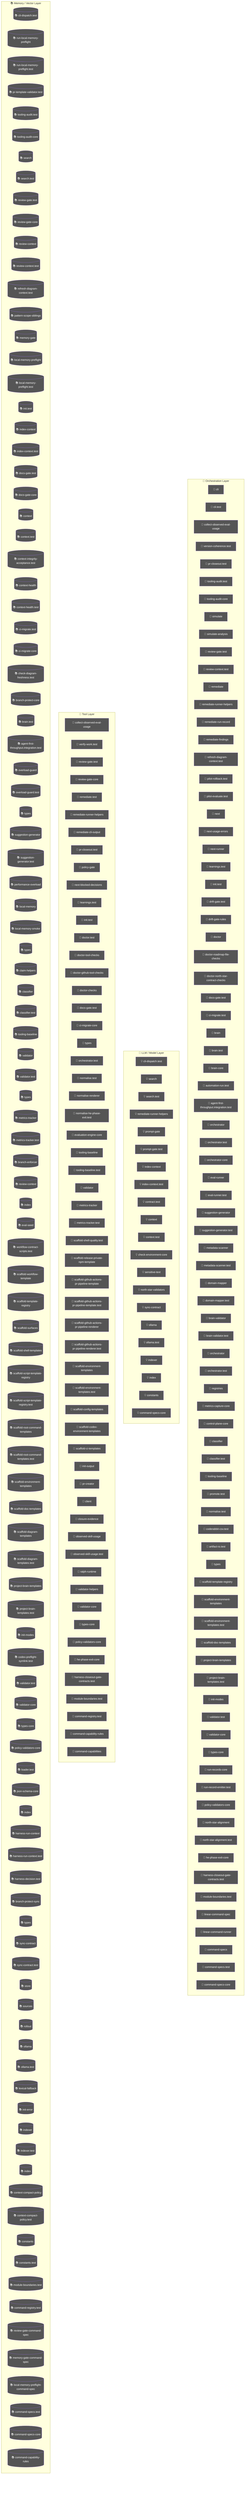
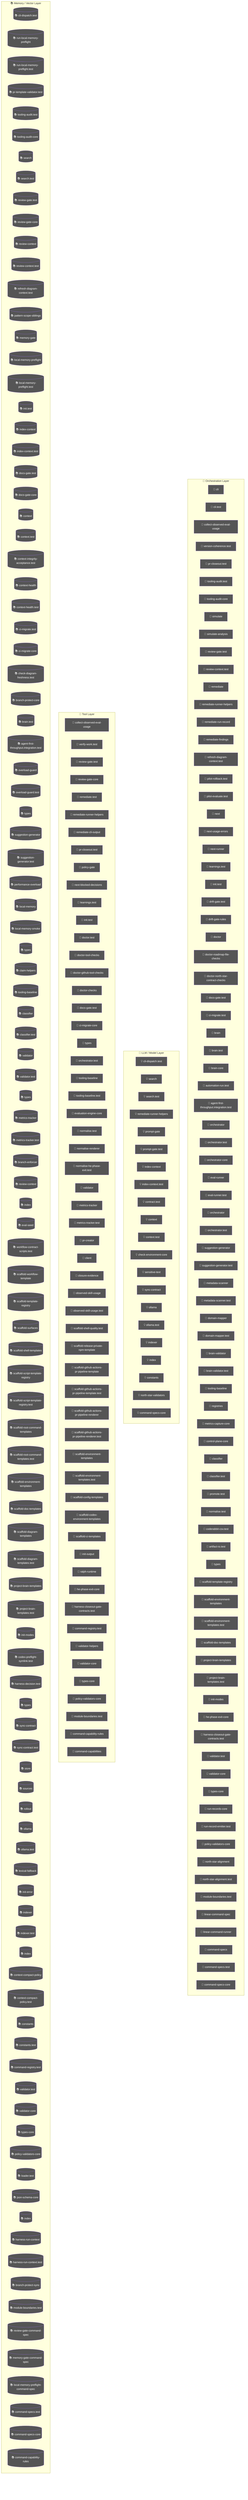
flowchart TD
  subgraph Orchestration["🎯 Orchestration Layer"]
    cli_99bb8840["🤖 cli"]
    cli_test_4851f28b["🤖 cli.test"]
    node_agent_mmd_orchestration_layer_orchestration_coll_37781291["🤖 collect-observed-eval-usage"]
    version_coherence_test_b81c6d8e["🤖 version-coherence.test"]
    pr_closeout_test_12a1ffdd["🤖 pr-closeout.test"]
    node_agent_mmd_orchestration_layer_orchestration_tool_5f9f8adf["🤖 tooling-audit.test"]
    node_agent_mmd_orchestration_layer_orchestration_tool_acfe0c01["🤖 tooling-audit-core"]
    simulate_b9efe395["🤖 simulate"]
    simulate_analysis_164a460c["🤖 simulate-analysis"]
    node_agent_mmd_orchestration_layer_orchestration_revi_ae9f100c["🤖 review-gate.test"]
    node_agent_mmd_orchestration_layer_orchestration_revi_84f25e5b["🤖 review-context.test"]
    remediate_06b9c7fc["🤖 remediate"]
    node_agent_mmd_orchestration_layer_orchestration_reme_359fe98f["🤖 remediate-runner-helpers"]
    remediate_run_record_9dfe5dc1["🤖 remediate-run-record"]
    remediate_findings_8b09c8c6["🤖 remediate-findings"]
    node_agent_mmd_orchestration_layer_orchestration_refr_10a87984["🤖 refresh-diagram-context.test"]
    pilot_rollback_test_e61d5a2b["🤖 pilot-rollback.test"]
    pilot_evaluate_test_a2ac06fc["🤖 pilot-evaluate.test"]
    next_c6c1c9a9["🤖 next"]
    next_usage_errors_837a345a["🤖 next-usage-errors"]
    next_runner_41643472["🤖 next-runner"]
    node_agent_mmd_orchestration_layer_orchestration_lear_5a2a5b08["🤖 learnings.test"]
    node_agent_mmd_orchestration_layer_orchestration_init_daf6ae1b["🤖 init.test"]
    drift_gate_test_816765e3["🤖 drift-gate.test"]
    drift_gate_rules_9685e72d["🤖 drift-gate-rules"]
    doctor_72f4be89["🤖 doctor"]
    doctor_roadmap_file_checks_14447b8e["🤖 doctor-roadmap-file-checks"]
    doctor_north_star_contract_checks_0048124c["🤖 doctor-north-star-contract-checks"]
    node_agent_mmd_orchestration_layer_orchestration_docs_22c7ae60["🤖 docs-gate.test"]
    node_agent_mmd_orchestration_layer_orchestration_ci_m_a6704d8b["🤖 ci-migrate.test"]
    brain_bbbf7a64["🤖 brain"]
    node_agent_mmd_orchestration_layer_orchestration_brai_9c019b6e["🤖 brain.test"]
    brain_core_aa07c380["🤖 brain-core"]
    automation_run_test_7b21d905["🤖 automation-run.test"]
    node_agent_mmd_orchestration_layer_orchestration_agen_eb715f44["🤖 agent-first-throughput.integration.test"]
    orchestrator_11376b7e["🤖 orchestrator"]
    orchestrator_test_18d2fe26["🤖 orchestrator.test"]
    orchestrator_core_d0678b53["🤖 orchestrator-core"]
    eval_runner_0966a6b3["🤖 eval-runner"]
    eval_runner_test_962c8c18["🤖 eval-runner.test"]
+     orchestrator_1_6b7137c5["🤖 orchestrator"]
+     node_agent_mmd_orchestration_layer_orchestration_orch_af4e7416["🤖 orchestrator.test"]
    node_agent_mmd_orchestration_layer_orchestration_sugg_85c5ebe3["🤖 suggestion-generator"]
    node_agent_mmd_orchestration_layer_orchestration_sugg_d0ad9d8e["🤖 suggestion-generator.test"]
    metadata_scanner_6a101b66["🤖 metadata-scanner"]
    metadata_scanner_test_faee743d["🤖 metadata-scanner.test"]
    domain_mapper_cd9333d2["🤖 domain-mapper"]
    domain_mapper_test_dc5a9896["🤖 domain-mapper.test"]
    brain_validator_be251832["🤖 brain-validator"]
    brain_validator_test_5e40cb72["🤖 brain-validator.test"]
-     orchestrator_1_6b7137c5["🤖 orchestrator"]
-     node_agent_mmd_orchestration_layer_orchestration_orch_af4e7416["🤖 orchestrator.test"]
+     node_agent_mmd_orchestration_layer_orchestration_tool_cc43149f["🤖 tooling-baseline"]
    registries_06402afa["🤖 registries"]
    metrics_capture_core_db4bf7cf["🤖 metrics-capture-core"]
    control_plane_core_db3b4cb2["🤖 control-plane-core"]
    node_agent_mmd_orchestration_layer_orchestration_clas_899b821a["🤖 classifier"]
    node_agent_mmd_orchestration_layer_orchestration_clas_402e0b3f["🤖 classifier.test"]
-     node_agent_mmd_orchestration_layer_orchestration_tool_cc43149f["🤖 tooling-baseline"]
    promote_test_5c615269["🤖 promote.test"]
    normalise_test_1_6643dd83["🤖 normalise.test"]
    coderabbit_csv_test_1f36d0a4["🤖 coderabbit-csv.test"]
    artifact_io_test_aac02da3["🤖 artifact-io.test"]
-     types_14_fe7507be["🤖 types"]
+     types_17_ed30531c["🤖 types"]
    node_agent_mmd_orchestration_layer_orchestration_scaf_ff8f92f6["🤖 scaffold-template-registry"]
    node_agent_mmd_orchestration_layer_orchestration_scaf_c9a90c2f["🤖 scaffold-environment-templates"]
    node_agent_mmd_orchestration_layer_orchestration_scaf_78d57a93["🤖 scaffold-environment-templates.test"]
    node_agent_mmd_orchestration_layer_orchestration_scaf_12cc07db["🤖 scaffold-doc-templates"]
    node_agent_mmd_orchestration_layer_orchestration_proj_6ab6f60f["🤖 project-brain-templates"]
    node_agent_mmd_orchestration_layer_orchestration_proj_d78b2f4f["🤖 project-brain-templates.test"]
    node_agent_mmd_orchestration_layer_orchestration_init_2a9c3ecb["🤖 init-modes"]
+     node_agent_mmd_orchestration_layer_orchestration_he_p_fc778c24["🤖 he-phase-exit-core"]
+     node_agent_mmd_orchestration_layer_orchestration_harn_7761fad1["🤖 harness-closeout-gate-contracts.test"]
    node_agent_mmd_orchestration_layer_orchestration_vali_a3b17e45["🤖 validator.test"]
    node_agent_mmd_orchestration_layer_orchestration_vali_d9fe99e6["🤖 validator-core"]
    node_agent_mmd_orchestration_layer_orchestration_type_7cf81261["🤖 types-core"]
    run_records_core_89286dfa["🤖 run-records-core"]
    run_record_emitter_test_5475c0da["🤖 run-record-emitter.test"]
    node_agent_mmd_orchestration_layer_orchestration_poli_3270b55d["🤖 policy-validators-core"]
    north_star_alignment_00440188["🤖 north-star-alignment"]
    north_star_alignment_test_3ae1d69b["🤖 north-star-alignment.test"]
-     node_agent_mmd_orchestration_layer_orchestration_he_p_fc778c24["🤖 he-phase-exit-core"]
-     node_agent_mmd_orchestration_layer_orchestration_harn_7761fad1["🤖 harness-closeout-gate-contracts.test"]
    node_agent_mmd_orchestration_layer_orchestration_modu_72373e29["🤖 module-boundaries.test"]
    linear_command_spec_1e12dd44["🤖 linear-command-spec"]
    linear_command_runner_4a740dfc["🤖 linear-command-runner"]
    command_specs_69167c63["🤖 command-specs"]
    node_agent_mmd_orchestration_layer_orchestration_comm_a137ef0a["🤖 command-specs.test"]
    node_agent_mmd_orchestration_layer_orchestration_comm_1f8cc24c["🤖 command-specs-core"]
  end
  subgraph LLMLayer["🧠 LLM / Model Layer"]
    node_agent_mmd_llm_model_layer_llmlayer_cli_dispatch__7ecbc6e7["💡 cli-dispatch.test"]
    node_agent_mmd_llm_model_layer_llmlayer_search_search_66b9a911["💡 search"]
    node_agent_mmd_llm_model_layer_llmlayer_search_test_s_72d50705["💡 search.test"]
    node_agent_mmd_llm_model_layer_llmlayer_remediate_run_9e3d4585["💡 remediate-runner-helpers"]
    prompt_gate_c5e9d207["💡 prompt-gate"]
    prompt_gate_test_1a442b27["💡 prompt-gate.test"]
    node_agent_mmd_llm_model_layer_llmlayer_index_context_1041bd11["💡 index-context"]
    node_agent_mmd_llm_model_layer_llmlayer_index_context_7e927b45["💡 index-context.test"]
    contract_test_2262847f["💡 contract.test"]
    node_agent_mmd_llm_model_layer_llmlayer_context_conte_ad2dfbd9["💡 context"]
    node_agent_mmd_llm_model_layer_llmlayer_context_test__32277db3["💡 context.test"]
    check_environment_core_2c16213f["💡 check-environment-core"]
    sensitive_text_7c11f760["💡 sensitive-text"]
-     north_star_validators_cfc926ce["💡 north-star-validators"]
    node_agent_mmd_llm_model_layer_llmlayer_sync_contract_9f3cc8c1["💡 sync-contract"]
    node_agent_mmd_llm_model_layer_llmlayer_ollama_ollama_968b23fa["💡 ollama"]
    node_agent_mmd_llm_model_layer_llmlayer_ollama_test_o_d62a0b5a["💡 ollama.test"]
    node_agent_mmd_llm_model_layer_llmlayer_indexer_index_4f4deef5["💡 indexer"]
    node_agent_mmd_llm_model_layer_llmlayer_index_index_1_02e160ff["💡 index"]
    node_agent_mmd_llm_model_layer_llmlayer_constants_con_c9bd3f6c["💡 constants"]
+     north_star_validators_cfc926ce["💡 north-star-validators"]
    node_agent_mmd_llm_model_layer_llmlayer_command_specs_782af9fa["💡 command-specs-core"]
  end
  subgraph ToolLayer["🔧 Tool Layer"]
    node_agent_mmd_tool_layer_toollayer_collect_observed__f30f627d["🔧 collect-observed-eval-usage"]
    verify_work_test_0e12f6c5["🔧 verify-work.test"]
    node_agent_mmd_tool_layer_toollayer_review_gate_test__548e6c28["🔧 review-gate.test"]
    node_agent_mmd_tool_layer_toollayer_review_gate_core__7704598b["🔧 review-gate-core"]
    remediate_test_6f59cafe["🔧 remediate.test"]
    node_agent_mmd_tool_layer_toollayer_remediate_runner__c003b871["🔧 remediate-runner-helpers"]
    remediate_cli_output_cc165396["🔧 remediate-cli-output"]
    pr_closeout_test_1_be1a0df1["🔧 pr-closeout.test"]
    policy_gate_213f7313["🔧 policy-gate"]
    next_blocked_decisions_4140ad2b["🔧 next-blocked-decisions"]
    node_agent_mmd_tool_layer_toollayer_learnings_test_le_d61f175f["🔧 learnings.test"]
    node_agent_mmd_tool_layer_toollayer_init_test_init_te_ae014ee3["🔧 init.test"]
    doctor_test_e032e8b5["🔧 doctor.test"]
    doctor_tool_checks_4acac51a["🔧 doctor-tool-checks"]
    doctor_github_tool_checks_a53b0382["🔧 doctor-github-tool-checks"]
    doctor_checks_5a2eb2b9["🔧 doctor-checks"]
    node_agent_mmd_tool_layer_toollayer_docs_gate_test_do_ca0c4c21["🔧 docs-gate.test"]
    node_agent_mmd_tool_layer_toollayer_ci_migrate_core_c_049f8460["🔧 ci-migrate-core"]
-     types_4_822d0f88["🔧 types"]
+     types_1_4ecdf56e["🔧 types"]
    node_agent_mmd_tool_layer_toollayer_orchestrator_test_b563c528["🔧 orchestrator.test"]
+     node_agent_mmd_tool_layer_toollayer_tooling_baseline__61e66e9f["🔧 tooling-baseline"]
+     tooling_baseline_test_d272ddb6["🔧 tooling-baseline.test"]
+     evaluation_engine_core_e054fe49["🔧 evaluation-engine-core"]
    normalise_test_73e8a615["🔧 normalise.test"]
    normalise_renderer_85f2e563["🔧 normalise-renderer"]
    normalise_he_phase_exit_test_1788efc4["🔧 normalise-he-phase-exit.test"]
-     evaluation_engine_core_e054fe49["🔧 evaluation-engine-core"]
-     node_agent_mmd_tool_layer_toollayer_tooling_baseline__61e66e9f["🔧 tooling-baseline"]
-     tooling_baseline_test_d272ddb6["🔧 tooling-baseline.test"]
    node_agent_mmd_tool_layer_toollayer_validator_validat_96a84a52["🔧 validator"]
    node_agent_mmd_tool_layer_toollayer_metrics_tracker_m_4c9237d8["🔧 metrics-tracker"]
    node_agent_mmd_tool_layer_toollayer_metrics_tracker_t_8947b778["🔧 metrics-tracker.test"]
+     pr_creator_dc6b1ea4["🔧 pr-creator"]
+     client_1_914e1681["🔧 client"]
+     closure_evidence_aaa31467["🔧 closure-evidence"]
+     observed_skill_usage_ed7d5930["🔧 observed-skill-usage"]
+     observed_skill_usage_test_311c215a["🔧 observed-skill-usage.test"]
    scaffold_shell_quality_test_79567d03["🔧 scaffold-shell-quality.test"]
    scaffold_release_private_npm_template_075499f8["🔧 scaffold-release-private-npm-template"]
    scaffold_github_actions_pr_pipeline_template_e2b85f62["🔧 scaffold-github-actions-pr-pipeline-template"]
    scaffold_github_actions_pr_pipeline_template_test_be464a7b["🔧 scaffold-github-actions-pr-pipeline-template.test"]
    scaffold_github_actions_pr_pipeline_renderer_1ee18de5["🔧 scaffold-github-actions-pr-pipeline-renderer"]
    scaffold_github_actions_pr_pipeline_renderer_test_2cc38272["🔧 scaffold-github-actions-pr-pipeline-renderer.test"]
    node_agent_mmd_tool_layer_toollayer_scaffold_environm_c1afc013["🔧 scaffold-environment-templates"]
    node_agent_mmd_tool_layer_toollayer_scaffold_environm_1a8f8168["🔧 scaffold-environment-templates.test"]
    scaffold_config_templates_4b80ce53["🔧 scaffold-config-templates"]
    scaffold_codex_environment_templates_334fbbed["🔧 scaffold-codex-environment-templates"]
    scaffold_ci_templates_2afd6392["🔧 scaffold-ci-templates"]
    init_output_360dce91["🔧 init-output"]
-     pr_creator_dc6b1ea4["🔧 pr-creator"]
-     client_948fe603["🔧 client"]
-     closure_evidence_aaa31467["🔧 closure-evidence"]
-     observed_skill_usage_ed7d5930["🔧 observed-skill-usage"]
-     observed_skill_usage_test_311c215a["🔧 observed-skill-usage.test"]
    ralph_runtime_73d63c0e["🔧 ralph-runtime"]
+     node_agent_mmd_tool_layer_toollayer_he_phase_exit_cor_af016160["🔧 he-phase-exit-core"]
+     node_agent_mmd_tool_layer_toollayer_harness_closeout__df9d1dab["🔧 harness-closeout-gate-contracts.test"]
+     node_agent_mmd_tool_layer_toollayer_command_registry__cce57abe["🔧 command-registry.test"]
    validator_helpers_7b927667["🔧 validator-helpers"]
    node_agent_mmd_tool_layer_toollayer_validator_core_va_6ef6131f["🔧 validator-core"]
    node_agent_mmd_tool_layer_toollayer_types_core_types__6c8319b6["🔧 types-core"]
    node_agent_mmd_tool_layer_toollayer_policy_validators_af136abf["🔧 policy-validators-core"]
-     node_agent_mmd_tool_layer_toollayer_he_phase_exit_cor_af016160["🔧 he-phase-exit-core"]
-     node_agent_mmd_tool_layer_toollayer_harness_closeout__df9d1dab["🔧 harness-closeout-gate-contracts.test"]
    node_agent_mmd_tool_layer_toollayer_module_boundaries_fecf90b5["🔧 module-boundaries.test"]
-     node_agent_mmd_tool_layer_toollayer_command_registry__cce57abe["🔧 command-registry.test"]
    node_agent_mmd_tool_layer_toollayer_command_capabilit_e97a4615["🔧 command-capability-rules"]
    command_capabilities_a4d5c71e["🔧 command-capabilities"]
  end
  subgraph MemoryLayer["📚 Memory / Vector Layer"]
    node_agent_mmd_memory_vector_layer_memorylayer_cli_di_c121353b[("📚 cli-dispatch.test")]
    run_local_memory_preflight_36e92808[("📚 run-local-memory-preflight")]
    run_local_memory_preflight_test_1d7c5aa0[("📚 run-local-memory-preflight.test")]
    pr_template_validator_test_569b1cef[("📚 pr-template-validator.test")]
    node_agent_mmd_memory_vector_layer_memorylayer_toolin_48be0fc9[("📚 tooling-audit.test")]
    node_agent_mmd_memory_vector_layer_memorylayer_toolin_a1185b8f[("📚 tooling-audit-core")]
    node_agent_mmd_memory_vector_layer_memorylayer_search_ac35cb7e[("📚 search")]
    node_agent_mmd_memory_vector_layer_memorylayer_search_ebbe6c53[("📚 search.test")]
    node_agent_mmd_memory_vector_layer_memorylayer_review_e0e0b257[("📚 review-gate.test")]
    node_agent_mmd_memory_vector_layer_memorylayer_review_5bee9816[("📚 review-gate-core")]
    review_context_ca6cf81d[("📚 review-context")]
    node_agent_mmd_memory_vector_layer_memorylayer_review_3255d3cf[("📚 review-context.test")]
    node_agent_mmd_memory_vector_layer_memorylayer_refres_b1a0f415[("📚 refresh-diagram-context.test")]
    pattern_scope_siblings_43abe000[("📚 pattern-scope-siblings")]
    memory_gate_a577a506[("📚 memory-gate")]
    local_memory_preflight_dcc36c42[("📚 local-memory-preflight")]
    local_memory_preflight_test_5e323bbf[("📚 local-memory-preflight.test")]
    node_agent_mmd_memory_vector_layer_memorylayer_init_t_bac0fb9d[("📚 init.test")]
    node_agent_mmd_memory_vector_layer_memorylayer_index__6f3402d0[("📚 index-context")]
    node_agent_mmd_memory_vector_layer_memorylayer_index__46fc46d7[("📚 index-context.test")]
    node_agent_mmd_memory_vector_layer_memorylayer_docs_g_2ab7a620[("📚 docs-gate.test")]
    docs_gate_core_eb9b6c18[("📚 docs-gate-core")]
    node_agent_mmd_memory_vector_layer_memorylayer_contex_78ceaaa9[("📚 context")]
    node_agent_mmd_memory_vector_layer_memorylayer_contex_4e7cab00[("📚 context.test")]
    context_integrity_acceptance_test_59f961b1[("📚 context-integrity-acceptance.test")]
    context_health_80bb7da9[("📚 context-health")]
    context_health_test_3b5b87f3[("📚 context-health.test")]
    node_agent_mmd_memory_vector_layer_memorylayer_ci_mig_df76706f[("📚 ci-migrate.test")]
    node_agent_mmd_memory_vector_layer_memorylayer_ci_mig_0cd5b1a4[("📚 ci-migrate-core")]
    check_diagram_freshness_test_c1dc40aa[("📚 check-diagram-freshness.test")]
    branch_protect_core_a8feb0fd[("📚 branch-protect-core")]
    node_agent_mmd_memory_vector_layer_memorylayer_brain__80b5ea48[("📚 brain.test")]
    node_agent_mmd_memory_vector_layer_memorylayer_agent__6f084ab8[("📚 agent-first-throughput.integration.test")]
    overload_guard_2748c559[("📚 overload-guard")]
    overload_guard_test_6ece9f86[("📚 overload-guard.test")]
-     types_2_d9bc6e7a[("📚 types")]
+     types_4_822d0f88[("📚 types")]
    node_agent_mmd_memory_vector_layer_memorylayer_sugges_267f408d[("📚 suggestion-generator")]
    node_agent_mmd_memory_vector_layer_memorylayer_sugges_b043d150[("📚 suggestion-generator.test")]
    performance_overload_c685bfcf[("📚 performance-overload")]
    local_memory_0db17ecc[("📚 local-memory")]
    local_memory_smoke_1175abfc[("📚 local-memory-smoke")]
-     types_7_2f1ed65e[("📚 types")]
+     types_8_f6283648[("📚 types")]
    claim_helpers_20dc8387[("📚 claim-helpers")]
+     node_agent_mmd_memory_vector_layer_memorylayer_toolin_14f86b00[("📚 tooling-baseline")]
    node_agent_mmd_memory_vector_layer_memorylayer_classi_1ebbf5ff[("📚 classifier")]
    node_agent_mmd_memory_vector_layer_memorylayer_classi_58e617e7[("📚 classifier.test")]
-     node_agent_mmd_memory_vector_layer_memorylayer_toolin_14f86b00[("📚 tooling-baseline")]
    node_agent_mmd_memory_vector_layer_memorylayer_valida_1b167f63[("📚 validator")]
    validator_test_1_c5015ca0[("📚 validator.test")]
    types_12_2b09659a[("📚 types")]
    node_agent_mmd_memory_vector_layer_memorylayer_metric_12562178[("📚 metrics-tracker")]
    node_agent_mmd_memory_vector_layer_memorylayer_metric_74129788[("📚 metrics-tracker.test")]
    branch_enforcer_acb749cd[("📚 branch-enforcer")]
    review_context_1_e3afed15[("📚 review-context")]
    index_2_10143590[("📚 index")]
    eval_seed_5699fd3e[("📚 eval-seed")]
    workflow_contract_scripts_test_681e2e3c[("📚 workflow-contract-scripts.test")]
    scaffold_workflow_template_92310587[("📚 scaffold-workflow-template")]
    node_agent_mmd_memory_vector_layer_memorylayer_scaffo_a86eece1[("📚 scaffold-template-registry")]
    scaffold_surfaces_12d6494e[("📚 scaffold-surfaces")]
    scaffold_shell_templates_0ad0f915[("📚 scaffold-shell-templates")]
    scaffold_script_template_registry_69312d4e[("📚 scaffold-script-template-registry")]
    scaffold_script_template_registry_test_6a8ebefe[("📚 scaffold-script-template-registry.test")]
    scaffold_root_command_templates_404fed7f[("📚 scaffold-root-command-templates")]
    scaffold_root_command_templates_test_14596939[("📚 scaffold-root-command-templates.test")]
    node_agent_mmd_memory_vector_layer_memorylayer_scaffo_12b42341[("📚 scaffold-environment-templates")]
    node_agent_mmd_memory_vector_layer_memorylayer_scaffo_5fd73b94[("📚 scaffold-doc-templates")]
    scaffold_diagram_templates_dd88e83c[("📚 scaffold-diagram-templates")]
    scaffold_diagram_templates_test_f3774c28[("📚 scaffold-diagram-templates.test")]
    node_agent_mmd_memory_vector_layer_memorylayer_projec_3ae304d9[("📚 project-brain-templates")]
    node_agent_mmd_memory_vector_layer_memorylayer_projec_6048335b[("📚 project-brain-templates.test")]
    node_agent_mmd_memory_vector_layer_memorylayer_init_m_333d02c5[("📚 init-modes")]
    codex_preflight_symlink_test_037558db[("📚 codex-preflight-symlink.test")]
-     node_agent_mmd_memory_vector_layer_memorylayer_valida_caacfcdf[("📚 validator.test")]
-     node_agent_mmd_memory_vector_layer_memorylayer_valida_41034356[("📚 validator-core")]
-     node_agent_mmd_memory_vector_layer_memorylayer_types__83f369fa[("📚 types-core")]
-     node_agent_mmd_memory_vector_layer_memorylayer_policy_1944de42[("📚 policy-validators-core")]
-     loader_test_03424671[("📚 loader.test")]
-     json_schema_core_96d7e328[("📚 json-schema-core")]
-     index_5_522f772a[("📚 index")]
-     harness_run_context_ac7c77a9[("📚 harness-run-context")]
-     harness_run_context_test_c6937fed[("📚 harness-run-context.test")]
    harness_decision_test_7e5a4fe5[("📚 harness-decision.test")]
-     branch_protect_sync_570adb18[("📚 branch-protect-sync")]
-     types_20_071a0112[("📚 types")]
+     types_18_37582e2a[("📚 types")]
    node_agent_mmd_memory_vector_layer_memorylayer_sync_c_e43418bc[("📚 sync-contract")]
    sync_contract_test_5dc3165c[("📚 sync-contract.test")]
    store_824d80d7[("📚 store")]
    sources_1_e133d97d[("📚 sources")]
    rollout_a4fa034c[("📚 rollout")]
    node_agent_mmd_memory_vector_layer_memorylayer_ollama_6d51be16[("📚 ollama")]
    node_agent_mmd_memory_vector_layer_memorylayer_ollama_d800c0c4[("📚 ollama.test")]
    lexical_fallback_723e2b3e[("📚 lexical-fallback")]
    init_error_5c7dd49f[("📚 init-error")]
    node_agent_mmd_memory_vector_layer_memorylayer_indexe_93e6d86f[("📚 indexer")]
    indexer_test_d492f0aa[("📚 indexer.test")]
    node_agent_mmd_memory_vector_layer_memorylayer_index__752bc61e[("📚 index")]
    context_compact_policy_3dcaf95d[("📚 context-compact-policy")]
    context_compact_policy_test_da148267[("📚 context-compact-policy.test")]
    node_agent_mmd_memory_vector_layer_memorylayer_consta_702d3f46[("📚 constants")]
    constants_test_5492ae98[("📚 constants.test")]
+     node_agent_mmd_memory_vector_layer_memorylayer_comman_362247bb[("📚 command-registry.test")]
+     node_agent_mmd_memory_vector_layer_memorylayer_valida_caacfcdf[("📚 validator.test")]
+     node_agent_mmd_memory_vector_layer_memorylayer_valida_41034356[("📚 validator-core")]
+     node_agent_mmd_memory_vector_layer_memorylayer_types__83f369fa[("📚 types-core")]
+     node_agent_mmd_memory_vector_layer_memorylayer_policy_1944de42[("📚 policy-validators-core")]
+     loader_test_03424671[("📚 loader.test")]
+     json_schema_core_96d7e328[("📚 json-schema-core")]
+     index_6_fc9e91e2[("📚 index")]
+     harness_run_context_ac7c77a9[("📚 harness-run-context")]
+     harness_run_context_test_c6937fed[("📚 harness-run-context.test")]
+     branch_protect_sync_570adb18[("📚 branch-protect-sync")]
    node_agent_mmd_memory_vector_layer_memorylayer_module_9bfd18b1[("📚 module-boundaries.test")]
-     node_agent_mmd_memory_vector_layer_memorylayer_comman_362247bb[("📚 command-registry.test")]
    review_gate_command_spec_3187376a[("📚 review-gate-command-spec")]
    memory_gate_command_spec_dc9001a9[("📚 memory-gate-command-spec")]
    local_memory_preflight_command_spec_9e23f3ce[("📚 local-memory-preflight-command-spec")]
    node_agent_mmd_memory_vector_layer_memorylayer_comman_d36d1650[("📚 command-specs.test")]
    node_agent_mmd_memory_vector_layer_memorylayer_comman_111eb454[("📚 command-specs-core")]
    node_agent_mmd_memory_vector_layer_memorylayer_comman_c72a5d05[("📚 command-capability-rules")]
  end
  classDef agentNode fill:#555,color:#fff
-   class cli_99bb8840,cli_test_4851f28b,node_agent_mmd_orchestration_layer_orchestration_coll_37781291,node_agent_mmd_tool_layer_toollayer_collect_observed__f30f627d,version_coherence_test_b81c6d8e,pr_closeout_test_12a1ffdd,node_agent_mmd_orchestration_layer_orchestration_tool_5f9f8adf,node_agent_mmd_memory_vector_layer_memorylayer_toolin_48be0fc9,node_agent_mmd_orchestration_layer_orchestration_tool_acfe0c01,node_agent_mmd_memory_vector_layer_memorylayer_toolin_a1185b8f,simulate_b9efe395,simulate_analysis_164a460c,node_agent_mmd_orchestration_layer_orchestration_revi_ae9f100c,node_agent_mmd_tool_layer_toollayer_review_gate_test__548e6c28,node_agent_mmd_memory_vector_layer_memorylayer_review_e0e0b257,node_agent_mmd_orchestration_layer_orchestration_revi_84f25e5b,node_agent_mmd_memory_vector_layer_memorylayer_review_3255d3cf,remediate_06b9c7fc,node_agent_mmd_orchestration_layer_orchestration_reme_359fe98f,node_agent_mmd_llm_model_layer_llmlayer_remediate_run_9e3d4585,node_agent_mmd_tool_layer_toollayer_remediate_runner__c003b871,remediate_run_record_9dfe5dc1,remediate_findings_8b09c8c6,node_agent_mmd_orchestration_layer_orchestration_refr_10a87984,node_agent_mmd_memory_vector_layer_memorylayer_refres_b1a0f415,pilot_rollback_test_e61d5a2b,pilot_evaluate_test_a2ac06fc,next_c6c1c9a9,next_usage_errors_837a345a,next_runner_41643472,node_agent_mmd_orchestration_layer_orchestration_lear_5a2a5b08,node_agent_mmd_tool_layer_toollayer_learnings_test_le_d61f175f,node_agent_mmd_orchestration_layer_orchestration_init_daf6ae1b,node_agent_mmd_tool_layer_toollayer_init_test_init_te_ae014ee3,node_agent_mmd_memory_vector_layer_memorylayer_init_t_bac0fb9d,drift_gate_test_816765e3,drift_gate_rules_9685e72d,doctor_72f4be89,doctor_roadmap_file_checks_14447b8e,doctor_north_star_contract_checks_0048124c,node_agent_mmd_orchestration_layer_orchestration_docs_22c7ae60,node_agent_mmd_tool_layer_toollayer_docs_gate_test_do_ca0c4c21,node_agent_mmd_memory_vector_layer_memorylayer_docs_g_2ab7a620,node_agent_mmd_orchestration_layer_orchestration_ci_m_a6704d8b,node_agent_mmd_memory_vector_layer_memorylayer_ci_mig_df76706f,brain_bbbf7a64,node_agent_mmd_orchestration_layer_orchestration_brai_9c019b6e,node_agent_mmd_memory_vector_layer_memorylayer_brain__80b5ea48,brain_core_aa07c380,automation_run_test_7b21d905,node_agent_mmd_orchestration_layer_orchestration_agen_eb715f44,node_agent_mmd_memory_vector_layer_memorylayer_agent__6f084ab8,orchestrator_11376b7e,orchestrator_test_18d2fe26,orchestrator_core_d0678b53,eval_runner_0966a6b3,eval_runner_test_962c8c18,node_agent_mmd_orchestration_layer_orchestration_sugg_85c5ebe3,node_agent_mmd_memory_vector_layer_memorylayer_sugges_267f408d,node_agent_mmd_orchestration_layer_orchestration_sugg_d0ad9d8e,node_agent_mmd_memory_vector_layer_memorylayer_sugges_b043d150,metadata_scanner_6a101b66,metadata_scanner_test_faee743d,domain_mapper_cd9333d2,domain_mapper_test_dc5a9896,brain_validator_be251832,brain_validator_test_5e40cb72,orchestrator_1_6b7137c5,node_agent_mmd_orchestration_layer_orchestration_orch_af4e7416,node_agent_mmd_tool_layer_toollayer_orchestrator_test_b563c528,registries_06402afa,metrics_capture_core_db4bf7cf,control_plane_core_db3b4cb2,node_agent_mmd_orchestration_layer_orchestration_clas_899b821a,node_agent_mmd_memory_vector_layer_memorylayer_classi_1ebbf5ff,node_agent_mmd_orchestration_layer_orchestration_clas_402e0b3f,node_agent_mmd_memory_vector_layer_memorylayer_classi_58e617e7,node_agent_mmd_orchestration_layer_orchestration_tool_cc43149f,node_agent_mmd_tool_layer_toollayer_tooling_baseline__61e66e9f,node_agent_mmd_memory_vector_layer_memorylayer_toolin_14f86b00,promote_test_5c615269,normalise_test_1_6643dd83,coderabbit_csv_test_1f36d0a4,artifact_io_test_aac02da3,types_14_fe7507be,node_agent_mmd_orchestration_layer_orchestration_scaf_ff8f92f6,node_agent_mmd_memory_vector_layer_memorylayer_scaffo_a86eece1,node_agent_mmd_orchestration_layer_orchestration_scaf_c9a90c2f,node_agent_mmd_tool_layer_toollayer_scaffold_environm_c1afc013,node_agent_mmd_memory_vector_layer_memorylayer_scaffo_12b42341,node_agent_mmd_orchestration_layer_orchestration_scaf_78d57a93,node_agent_mmd_tool_layer_toollayer_scaffold_environm_1a8f8168,node_agent_mmd_orchestration_layer_orchestration_scaf_12cc07db,node_agent_mmd_memory_vector_layer_memorylayer_scaffo_5fd73b94,node_agent_mmd_orchestration_layer_orchestration_proj_6ab6f60f,node_agent_mmd_memory_vector_layer_memorylayer_projec_3ae304d9,node_agent_mmd_orchestration_layer_orchestration_proj_d78b2f4f,node_agent_mmd_memory_vector_layer_memorylayer_projec_6048335b,node_agent_mmd_orchestration_layer_orchestration_init_2a9c3ecb,node_agent_mmd_memory_vector_layer_memorylayer_init_m_333d02c5,node_agent_mmd_orchestration_layer_orchestration_vali_a3b17e45,node_agent_mmd_memory_vector_layer_memorylayer_valida_caacfcdf,node_agent_mmd_orchestration_layer_orchestration_vali_d9fe99e6,node_agent_mmd_tool_layer_toollayer_validator_core_va_6ef6131f,node_agent_mmd_memory_vector_layer_memorylayer_valida_41034356,node_agent_mmd_orchestration_layer_orchestration_type_7cf81261,node_agent_mmd_tool_layer_toollayer_types_core_types__6c8319b6,node_agent_mmd_memory_vector_layer_memorylayer_types__83f369fa,run_records_core_89286dfa,run_record_emitter_test_5475c0da,node_agent_mmd_orchestration_layer_orchestration_poli_3270b55d,node_agent_mmd_tool_layer_toollayer_policy_validators_af136abf,node_agent_mmd_memory_vector_layer_memorylayer_policy_1944de42,north_star_alignment_00440188,north_star_alignment_test_3ae1d69b,node_agent_mmd_orchestration_layer_orchestration_he_p_fc778c24,node_agent_mmd_tool_layer_toollayer_he_phase_exit_cor_af016160,node_agent_mmd_orchestration_layer_orchestration_harn_7761fad1,node_agent_mmd_tool_layer_toollayer_harness_closeout__df9d1dab,node_agent_mmd_orchestration_layer_orchestration_modu_72373e29,node_agent_mmd_tool_layer_toollayer_module_boundaries_fecf90b5,node_agent_mmd_memory_vector_layer_memorylayer_module_9bfd18b1,linear_command_spec_1e12dd44,linear_command_runner_4a740dfc,command_specs_69167c63,node_agent_mmd_orchestration_layer_orchestration_comm_a137ef0a,node_agent_mmd_memory_vector_layer_memorylayer_comman_d36d1650,node_agent_mmd_orchestration_layer_orchestration_comm_1f8cc24c,node_agent_mmd_llm_model_layer_llmlayer_command_specs_782af9fa,node_agent_mmd_memory_vector_layer_memorylayer_comman_111eb454 agentNode
+   class cli_99bb8840,cli_test_4851f28b,node_agent_mmd_orchestration_layer_orchestration_coll_37781291,node_agent_mmd_tool_layer_toollayer_collect_observed__f30f627d,version_coherence_test_b81c6d8e,pr_closeout_test_12a1ffdd,node_agent_mmd_orchestration_layer_orchestration_tool_5f9f8adf,node_agent_mmd_memory_vector_layer_memorylayer_toolin_48be0fc9,node_agent_mmd_orchestration_layer_orchestration_tool_acfe0c01,node_agent_mmd_memory_vector_layer_memorylayer_toolin_a1185b8f,simulate_b9efe395,simulate_analysis_164a460c,node_agent_mmd_orchestration_layer_orchestration_revi_ae9f100c,node_agent_mmd_tool_layer_toollayer_review_gate_test__548e6c28,node_agent_mmd_memory_vector_layer_memorylayer_review_e0e0b257,node_agent_mmd_orchestration_layer_orchestration_revi_84f25e5b,node_agent_mmd_memory_vector_layer_memorylayer_review_3255d3cf,remediate_06b9c7fc,node_agent_mmd_orchestration_layer_orchestration_reme_359fe98f,node_agent_mmd_llm_model_layer_llmlayer_remediate_run_9e3d4585,node_agent_mmd_tool_layer_toollayer_remediate_runner__c003b871,remediate_run_record_9dfe5dc1,remediate_findings_8b09c8c6,node_agent_mmd_orchestration_layer_orchestration_refr_10a87984,node_agent_mmd_memory_vector_layer_memorylayer_refres_b1a0f415,pilot_rollback_test_e61d5a2b,pilot_evaluate_test_a2ac06fc,next_c6c1c9a9,next_usage_errors_837a345a,next_runner_41643472,node_agent_mmd_orchestration_layer_orchestration_lear_5a2a5b08,node_agent_mmd_tool_layer_toollayer_learnings_test_le_d61f175f,node_agent_mmd_orchestration_layer_orchestration_init_daf6ae1b,node_agent_mmd_tool_layer_toollayer_init_test_init_te_ae014ee3,node_agent_mmd_memory_vector_layer_memorylayer_init_t_bac0fb9d,drift_gate_test_816765e3,drift_gate_rules_9685e72d,doctor_72f4be89,doctor_roadmap_file_checks_14447b8e,doctor_north_star_contract_checks_0048124c,node_agent_mmd_orchestration_layer_orchestration_docs_22c7ae60,node_agent_mmd_tool_layer_toollayer_docs_gate_test_do_ca0c4c21,node_agent_mmd_memory_vector_layer_memorylayer_docs_g_2ab7a620,node_agent_mmd_orchestration_layer_orchestration_ci_m_a6704d8b,node_agent_mmd_memory_vector_layer_memorylayer_ci_mig_df76706f,brain_bbbf7a64,node_agent_mmd_orchestration_layer_orchestration_brai_9c019b6e,node_agent_mmd_memory_vector_layer_memorylayer_brain__80b5ea48,brain_core_aa07c380,automation_run_test_7b21d905,node_agent_mmd_orchestration_layer_orchestration_agen_eb715f44,node_agent_mmd_memory_vector_layer_memorylayer_agent__6f084ab8,orchestrator_11376b7e,orchestrator_test_18d2fe26,orchestrator_core_d0678b53,eval_runner_0966a6b3,eval_runner_test_962c8c18,orchestrator_1_6b7137c5,node_agent_mmd_orchestration_layer_orchestration_orch_af4e7416,node_agent_mmd_tool_layer_toollayer_orchestrator_test_b563c528,node_agent_mmd_orchestration_layer_orchestration_sugg_85c5ebe3,node_agent_mmd_memory_vector_layer_memorylayer_sugges_267f408d,node_agent_mmd_orchestration_layer_orchestration_sugg_d0ad9d8e,node_agent_mmd_memory_vector_layer_memorylayer_sugges_b043d150,metadata_scanner_6a101b66,metadata_scanner_test_faee743d,domain_mapper_cd9333d2,domain_mapper_test_dc5a9896,brain_validator_be251832,brain_validator_test_5e40cb72,node_agent_mmd_orchestration_layer_orchestration_tool_cc43149f,node_agent_mmd_tool_layer_toollayer_tooling_baseline__61e66e9f,node_agent_mmd_memory_vector_layer_memorylayer_toolin_14f86b00,registries_06402afa,metrics_capture_core_db4bf7cf,control_plane_core_db3b4cb2,node_agent_mmd_orchestration_layer_orchestration_clas_899b821a,node_agent_mmd_memory_vector_layer_memorylayer_classi_1ebbf5ff,node_agent_mmd_orchestration_layer_orchestration_clas_402e0b3f,node_agent_mmd_memory_vector_layer_memorylayer_classi_58e617e7,promote_test_5c615269,normalise_test_1_6643dd83,coderabbit_csv_test_1f36d0a4,artifact_io_test_aac02da3,types_17_ed30531c,node_agent_mmd_orchestration_layer_orchestration_scaf_ff8f92f6,node_agent_mmd_memory_vector_layer_memorylayer_scaffo_a86eece1,node_agent_mmd_orchestration_layer_orchestration_scaf_c9a90c2f,node_agent_mmd_tool_layer_toollayer_scaffold_environm_c1afc013,node_agent_mmd_memory_vector_layer_memorylayer_scaffo_12b42341,node_agent_mmd_orchestration_layer_orchestration_scaf_78d57a93,node_agent_mmd_tool_layer_toollayer_scaffold_environm_1a8f8168,node_agent_mmd_orchestration_layer_orchestration_scaf_12cc07db,node_agent_mmd_memory_vector_layer_memorylayer_scaffo_5fd73b94,node_agent_mmd_orchestration_layer_orchestration_proj_6ab6f60f,node_agent_mmd_memory_vector_layer_memorylayer_projec_3ae304d9,node_agent_mmd_orchestration_layer_orchestration_proj_d78b2f4f,node_agent_mmd_memory_vector_layer_memorylayer_projec_6048335b,node_agent_mmd_orchestration_layer_orchestration_init_2a9c3ecb,node_agent_mmd_memory_vector_layer_memorylayer_init_m_333d02c5,node_agent_mmd_orchestration_layer_orchestration_he_p_fc778c24,node_agent_mmd_tool_layer_toollayer_he_phase_exit_cor_af016160,node_agent_mmd_orchestration_layer_orchestration_harn_7761fad1,node_agent_mmd_tool_layer_toollayer_harness_closeout__df9d1dab,node_agent_mmd_orchestration_layer_orchestration_vali_a3b17e45,node_agent_mmd_memory_vector_layer_memorylayer_valida_caacfcdf,node_agent_mmd_orchestration_layer_orchestration_vali_d9fe99e6,node_agent_mmd_tool_layer_toollayer_validator_core_va_6ef6131f,node_agent_mmd_memory_vector_layer_memorylayer_valida_41034356,node_agent_mmd_orchestration_layer_orchestration_type_7cf81261,node_agent_mmd_tool_layer_toollayer_types_core_types__6c8319b6,node_agent_mmd_memory_vector_layer_memorylayer_types__83f369fa,run_records_core_89286dfa,run_record_emitter_test_5475c0da,node_agent_mmd_orchestration_layer_orchestration_poli_3270b55d,node_agent_mmd_tool_layer_toollayer_policy_validators_af136abf,node_agent_mmd_memory_vector_layer_memorylayer_policy_1944de42,north_star_alignment_00440188,north_star_alignment_test_3ae1d69b,node_agent_mmd_orchestration_layer_orchestration_modu_72373e29,node_agent_mmd_tool_layer_toollayer_module_boundaries_fecf90b5,node_agent_mmd_memory_vector_layer_memorylayer_module_9bfd18b1,linear_command_spec_1e12dd44,linear_command_runner_4a740dfc,command_specs_69167c63,node_agent_mmd_orchestration_layer_orchestration_comm_a137ef0a,node_agent_mmd_memory_vector_layer_memorylayer_comman_d36d1650,node_agent_mmd_orchestration_layer_orchestration_comm_1f8cc24c,node_agent_mmd_llm_model_layer_llmlayer_command_specs_782af9fa,node_agent_mmd_memory_vector_layer_memorylayer_comman_111eb454 agentNode
  classDef llmNode fill:#555,color:#fff
-   class node_agent_mmd_llm_model_layer_llmlayer_cli_dispatch__7ecbc6e7,node_agent_mmd_memory_vector_layer_memorylayer_cli_di_c121353b,node_agent_mmd_llm_model_layer_llmlayer_search_search_66b9a911,node_agent_mmd_memory_vector_layer_memorylayer_search_ac35cb7e,node_agent_mmd_llm_model_layer_llmlayer_search_test_s_72d50705,node_agent_mmd_memory_vector_layer_memorylayer_search_ebbe6c53,node_agent_mmd_orchestration_layer_orchestration_reme_359fe98f,node_agent_mmd_llm_model_layer_llmlayer_remediate_run_9e3d4585,node_agent_mmd_tool_layer_toollayer_remediate_runner__c003b871,prompt_gate_c5e9d207,prompt_gate_test_1a442b27,node_agent_mmd_llm_model_layer_llmlayer_index_context_1041bd11,node_agent_mmd_memory_vector_layer_memorylayer_index__6f3402d0,node_agent_mmd_llm_model_layer_llmlayer_index_context_7e927b45,node_agent_mmd_memory_vector_layer_memorylayer_index__46fc46d7,contract_test_2262847f,node_agent_mmd_llm_model_layer_llmlayer_context_conte_ad2dfbd9,node_agent_mmd_memory_vector_layer_memorylayer_contex_78ceaaa9,node_agent_mmd_llm_model_layer_llmlayer_context_test__32277db3,node_agent_mmd_memory_vector_layer_memorylayer_contex_4e7cab00,check_environment_core_2c16213f,sensitive_text_7c11f760,north_star_validators_cfc926ce,node_agent_mmd_llm_model_layer_llmlayer_sync_contract_9f3cc8c1,node_agent_mmd_memory_vector_layer_memorylayer_sync_c_e43418bc,node_agent_mmd_llm_model_layer_llmlayer_ollama_ollama_968b23fa,node_agent_mmd_memory_vector_layer_memorylayer_ollama_6d51be16,node_agent_mmd_llm_model_layer_llmlayer_ollama_test_o_d62a0b5a,node_agent_mmd_memory_vector_layer_memorylayer_ollama_d800c0c4,node_agent_mmd_llm_model_layer_llmlayer_indexer_index_4f4deef5,node_agent_mmd_memory_vector_layer_memorylayer_indexe_93e6d86f,node_agent_mmd_llm_model_layer_llmlayer_index_index_1_02e160ff,node_agent_mmd_memory_vector_layer_memorylayer_index__752bc61e,node_agent_mmd_llm_model_layer_llmlayer_constants_con_c9bd3f6c,node_agent_mmd_memory_vector_layer_memorylayer_consta_702d3f46,node_agent_mmd_orchestration_layer_orchestration_comm_1f8cc24c,node_agent_mmd_llm_model_layer_llmlayer_command_specs_782af9fa,node_agent_mmd_memory_vector_layer_memorylayer_comman_111eb454 llmNode
+   class node_agent_mmd_llm_model_layer_llmlayer_cli_dispatch__7ecbc6e7,node_agent_mmd_memory_vector_layer_memorylayer_cli_di_c121353b,node_agent_mmd_llm_model_layer_llmlayer_search_search_66b9a911,node_agent_mmd_memory_vector_layer_memorylayer_search_ac35cb7e,node_agent_mmd_llm_model_layer_llmlayer_search_test_s_72d50705,node_agent_mmd_memory_vector_layer_memorylayer_search_ebbe6c53,node_agent_mmd_orchestration_layer_orchestration_reme_359fe98f,node_agent_mmd_llm_model_layer_llmlayer_remediate_run_9e3d4585,node_agent_mmd_tool_layer_toollayer_remediate_runner__c003b871,prompt_gate_c5e9d207,prompt_gate_test_1a442b27,node_agent_mmd_llm_model_layer_llmlayer_index_context_1041bd11,node_agent_mmd_memory_vector_layer_memorylayer_index__6f3402d0,node_agent_mmd_llm_model_layer_llmlayer_index_context_7e927b45,node_agent_mmd_memory_vector_layer_memorylayer_index__46fc46d7,contract_test_2262847f,node_agent_mmd_llm_model_layer_llmlayer_context_conte_ad2dfbd9,node_agent_mmd_memory_vector_layer_memorylayer_contex_78ceaaa9,node_agent_mmd_llm_model_layer_llmlayer_context_test__32277db3,node_agent_mmd_memory_vector_layer_memorylayer_contex_4e7cab00,check_environment_core_2c16213f,sensitive_text_7c11f760,node_agent_mmd_llm_model_layer_llmlayer_sync_contract_9f3cc8c1,node_agent_mmd_memory_vector_layer_memorylayer_sync_c_e43418bc,node_agent_mmd_llm_model_layer_llmlayer_ollama_ollama_968b23fa,node_agent_mmd_memory_vector_layer_memorylayer_ollama_6d51be16,node_agent_mmd_llm_model_layer_llmlayer_ollama_test_o_d62a0b5a,node_agent_mmd_memory_vector_layer_memorylayer_ollama_d800c0c4,node_agent_mmd_llm_model_layer_llmlayer_indexer_index_4f4deef5,node_agent_mmd_memory_vector_layer_memorylayer_indexe_93e6d86f,node_agent_mmd_llm_model_layer_llmlayer_index_index_1_02e160ff,node_agent_mmd_memory_vector_layer_memorylayer_index__752bc61e,node_agent_mmd_llm_model_layer_llmlayer_constants_con_c9bd3f6c,node_agent_mmd_memory_vector_layer_memorylayer_consta_702d3f46,north_star_validators_cfc926ce,node_agent_mmd_orchestration_layer_orchestration_comm_1f8cc24c,node_agent_mmd_llm_model_layer_llmlayer_command_specs_782af9fa,node_agent_mmd_memory_vector_layer_memorylayer_comman_111eb454 llmNode
  classDef toolNode fill:#555,color:#fff
-   class node_agent_mmd_orchestration_layer_orchestration_coll_37781291,node_agent_mmd_tool_layer_toollayer_collect_observed__f30f627d,verify_work_test_0e12f6c5,node_agent_mmd_orchestration_layer_orchestration_revi_ae9f100c,node_agent_mmd_tool_layer_toollayer_review_gate_test__548e6c28,node_agent_mmd_memory_vector_layer_memorylayer_review_e0e0b257,node_agent_mmd_tool_layer_toollayer_review_gate_core__7704598b,node_agent_mmd_memory_vector_layer_memorylayer_review_5bee9816,remediate_test_6f59cafe,node_agent_mmd_orchestration_layer_orchestration_reme_359fe98f,node_agent_mmd_llm_model_layer_llmlayer_remediate_run_9e3d4585,node_agent_mmd_tool_layer_toollayer_remediate_runner__c003b871,remediate_cli_output_cc165396,pr_closeout_test_1_be1a0df1,policy_gate_213f7313,next_blocked_decisions_4140ad2b,node_agent_mmd_orchestration_layer_orchestration_lear_5a2a5b08,node_agent_mmd_tool_layer_toollayer_learnings_test_le_d61f175f,node_agent_mmd_orchestration_layer_orchestration_init_daf6ae1b,node_agent_mmd_tool_layer_toollayer_init_test_init_te_ae014ee3,node_agent_mmd_memory_vector_layer_memorylayer_init_t_bac0fb9d,doctor_test_e032e8b5,doctor_tool_checks_4acac51a,doctor_github_tool_checks_a53b0382,doctor_checks_5a2eb2b9,node_agent_mmd_orchestration_layer_orchestration_docs_22c7ae60,node_agent_mmd_tool_layer_toollayer_docs_gate_test_do_ca0c4c21,node_agent_mmd_memory_vector_layer_memorylayer_docs_g_2ab7a620,node_agent_mmd_tool_layer_toollayer_ci_migrate_core_c_049f8460,node_agent_mmd_memory_vector_layer_memorylayer_ci_mig_0cd5b1a4,types_4_822d0f88,node_agent_mmd_orchestration_layer_orchestration_orch_af4e7416,node_agent_mmd_tool_layer_toollayer_orchestrator_test_b563c528,normalise_test_73e8a615,normalise_renderer_85f2e563,normalise_he_phase_exit_test_1788efc4,evaluation_engine_core_e054fe49,node_agent_mmd_orchestration_layer_orchestration_tool_cc43149f,node_agent_mmd_tool_layer_toollayer_tooling_baseline__61e66e9f,node_agent_mmd_memory_vector_layer_memorylayer_toolin_14f86b00,tooling_baseline_test_d272ddb6,node_agent_mmd_tool_layer_toollayer_validator_validat_96a84a52,node_agent_mmd_memory_vector_layer_memorylayer_valida_1b167f63,node_agent_mmd_tool_layer_toollayer_metrics_tracker_m_4c9237d8,node_agent_mmd_memory_vector_layer_memorylayer_metric_12562178,node_agent_mmd_tool_layer_toollayer_metrics_tracker_t_8947b778,node_agent_mmd_memory_vector_layer_memorylayer_metric_74129788,scaffold_shell_quality_test_79567d03,scaffold_release_private_npm_template_075499f8,scaffold_github_actions_pr_pipeline_template_e2b85f62,scaffold_github_actions_pr_pipeline_template_test_be464a7b,scaffold_github_actions_pr_pipeline_renderer_1ee18de5,scaffold_github_actions_pr_pipeline_renderer_test_2cc38272,node_agent_mmd_orchestration_layer_orchestration_scaf_c9a90c2f,node_agent_mmd_tool_layer_toollayer_scaffold_environm_c1afc013,node_agent_mmd_memory_vector_layer_memorylayer_scaffo_12b42341,node_agent_mmd_orchestration_layer_orchestration_scaf_78d57a93,node_agent_mmd_tool_layer_toollayer_scaffold_environm_1a8f8168,scaffold_config_templates_4b80ce53,scaffold_codex_environment_templates_334fbbed,scaffold_ci_templates_2afd6392,init_output_360dce91,pr_creator_dc6b1ea4,client_948fe603,closure_evidence_aaa31467,observed_skill_usage_ed7d5930,observed_skill_usage_test_311c215a,ralph_runtime_73d63c0e,validator_helpers_7b927667,node_agent_mmd_orchestration_layer_orchestration_vali_d9fe99e6,node_agent_mmd_tool_layer_toollayer_validator_core_va_6ef6131f,node_agent_mmd_memory_vector_layer_memorylayer_valida_41034356,node_agent_mmd_orchestration_layer_orchestration_type_7cf81261,node_agent_mmd_tool_layer_toollayer_types_core_types__6c8319b6,node_agent_mmd_memory_vector_layer_memorylayer_types__83f369fa,node_agent_mmd_orchestration_layer_orchestration_poli_3270b55d,node_agent_mmd_tool_layer_toollayer_policy_validators_af136abf,node_agent_mmd_memory_vector_layer_memorylayer_policy_1944de42,node_agent_mmd_orchestration_layer_orchestration_he_p_fc778c24,node_agent_mmd_tool_layer_toollayer_he_phase_exit_cor_af016160,node_agent_mmd_orchestration_layer_orchestration_harn_7761fad1,node_agent_mmd_tool_layer_toollayer_harness_closeout__df9d1dab,node_agent_mmd_orchestration_layer_orchestration_modu_72373e29,node_agent_mmd_tool_layer_toollayer_module_boundaries_fecf90b5,node_agent_mmd_memory_vector_layer_memorylayer_module_9bfd18b1,node_agent_mmd_tool_layer_toollayer_command_registry__cce57abe,node_agent_mmd_memory_vector_layer_memorylayer_comman_362247bb,node_agent_mmd_tool_layer_toollayer_command_capabilit_e97a4615,node_agent_mmd_memory_vector_layer_memorylayer_comman_c72a5d05,command_capabilities_a4d5c71e toolNode
+   class node_agent_mmd_orchestration_layer_orchestration_coll_37781291,node_agent_mmd_tool_layer_toollayer_collect_observed__f30f627d,verify_work_test_0e12f6c5,node_agent_mmd_orchestration_layer_orchestration_revi_ae9f100c,node_agent_mmd_tool_layer_toollayer_review_gate_test__548e6c28,node_agent_mmd_memory_vector_layer_memorylayer_review_e0e0b257,node_agent_mmd_tool_layer_toollayer_review_gate_core__7704598b,node_agent_mmd_memory_vector_layer_memorylayer_review_5bee9816,remediate_test_6f59cafe,node_agent_mmd_orchestration_layer_orchestration_reme_359fe98f,node_agent_mmd_llm_model_layer_llmlayer_remediate_run_9e3d4585,node_agent_mmd_tool_layer_toollayer_remediate_runner__c003b871,remediate_cli_output_cc165396,pr_closeout_test_1_be1a0df1,policy_gate_213f7313,next_blocked_decisions_4140ad2b,node_agent_mmd_orchestration_layer_orchestration_lear_5a2a5b08,node_agent_mmd_tool_layer_toollayer_learnings_test_le_d61f175f,node_agent_mmd_orchestration_layer_orchestration_init_daf6ae1b,node_agent_mmd_tool_layer_toollayer_init_test_init_te_ae014ee3,node_agent_mmd_memory_vector_layer_memorylayer_init_t_bac0fb9d,doctor_test_e032e8b5,doctor_tool_checks_4acac51a,doctor_github_tool_checks_a53b0382,doctor_checks_5a2eb2b9,node_agent_mmd_orchestration_layer_orchestration_docs_22c7ae60,node_agent_mmd_tool_layer_toollayer_docs_gate_test_do_ca0c4c21,node_agent_mmd_memory_vector_layer_memorylayer_docs_g_2ab7a620,node_agent_mmd_tool_layer_toollayer_ci_migrate_core_c_049f8460,node_agent_mmd_memory_vector_layer_memorylayer_ci_mig_0cd5b1a4,types_1_4ecdf56e,node_agent_mmd_orchestration_layer_orchestration_orch_af4e7416,node_agent_mmd_tool_layer_toollayer_orchestrator_test_b563c528,node_agent_mmd_orchestration_layer_orchestration_tool_cc43149f,node_agent_mmd_tool_layer_toollayer_tooling_baseline__61e66e9f,node_agent_mmd_memory_vector_layer_memorylayer_toolin_14f86b00,tooling_baseline_test_d272ddb6,evaluation_engine_core_e054fe49,normalise_test_73e8a615,normalise_renderer_85f2e563,normalise_he_phase_exit_test_1788efc4,node_agent_mmd_tool_layer_toollayer_validator_validat_96a84a52,node_agent_mmd_memory_vector_layer_memorylayer_valida_1b167f63,node_agent_mmd_tool_layer_toollayer_metrics_tracker_m_4c9237d8,node_agent_mmd_memory_vector_layer_memorylayer_metric_12562178,node_agent_mmd_tool_layer_toollayer_metrics_tracker_t_8947b778,node_agent_mmd_memory_vector_layer_memorylayer_metric_74129788,pr_creator_dc6b1ea4,client_1_914e1681,closure_evidence_aaa31467,observed_skill_usage_ed7d5930,observed_skill_usage_test_311c215a,scaffold_shell_quality_test_79567d03,scaffold_release_private_npm_template_075499f8,scaffold_github_actions_pr_pipeline_template_e2b85f62,scaffold_github_actions_pr_pipeline_template_test_be464a7b,scaffold_github_actions_pr_pipeline_renderer_1ee18de5,scaffold_github_actions_pr_pipeline_renderer_test_2cc38272,node_agent_mmd_orchestration_layer_orchestration_scaf_c9a90c2f,node_agent_mmd_tool_layer_toollayer_scaffold_environm_c1afc013,node_agent_mmd_memory_vector_layer_memorylayer_scaffo_12b42341,node_agent_mmd_orchestration_layer_orchestration_scaf_78d57a93,node_agent_mmd_tool_layer_toollayer_scaffold_environm_1a8f8168,scaffold_config_templates_4b80ce53,scaffold_codex_environment_templates_334fbbed,scaffold_ci_templates_2afd6392,init_output_360dce91,ralph_runtime_73d63c0e,node_agent_mmd_orchestration_layer_orchestration_he_p_fc778c24,node_agent_mmd_tool_layer_toollayer_he_phase_exit_cor_af016160,node_agent_mmd_orchestration_layer_orchestration_harn_7761fad1,node_agent_mmd_tool_layer_toollayer_harness_closeout__df9d1dab,node_agent_mmd_tool_layer_toollayer_command_registry__cce57abe,node_agent_mmd_memory_vector_layer_memorylayer_comman_362247bb,validator_helpers_7b927667,node_agent_mmd_orchestration_layer_orchestration_vali_d9fe99e6,node_agent_mmd_tool_layer_toollayer_validator_core_va_6ef6131f,node_agent_mmd_memory_vector_layer_memorylayer_valida_41034356,node_agent_mmd_orchestration_layer_orchestration_type_7cf81261,node_agent_mmd_tool_layer_toollayer_types_core_types__6c8319b6,node_agent_mmd_memory_vector_layer_memorylayer_types__83f369fa,node_agent_mmd_orchestration_layer_orchestration_poli_3270b55d,node_agent_mmd_tool_layer_toollayer_policy_validators_af136abf,node_agent_mmd_memory_vector_layer_memorylayer_policy_1944de42,node_agent_mmd_orchestration_layer_orchestration_modu_72373e29,node_agent_mmd_tool_layer_toollayer_module_boundaries_fecf90b5,node_agent_mmd_memory_vector_layer_memorylayer_module_9bfd18b1,node_agent_mmd_tool_layer_toollayer_command_capabilit_e97a4615,node_agent_mmd_memory_vector_layer_memorylayer_comman_c72a5d05,command_capabilities_a4d5c71e toolNode
  classDef memNode fill:#555,color:#fff
-   class node_agent_mmd_llm_model_layer_llmlayer_cli_dispatch__7ecbc6e7,node_agent_mmd_memory_vector_layer_memorylayer_cli_di_c121353b,run_local_memory_preflight_36e92808,run_local_memory_preflight_test_1d7c5aa0,pr_template_validator_test_569b1cef,node_agent_mmd_orchestration_layer_orchestration_tool_5f9f8adf,node_agent_mmd_memory_vector_layer_memorylayer_toolin_48be0fc9,node_agent_mmd_orchestration_layer_orchestration_tool_acfe0c01,node_agent_mmd_memory_vector_layer_memorylayer_toolin_a1185b8f,node_agent_mmd_llm_model_layer_llmlayer_search_search_66b9a911,node_agent_mmd_memory_vector_layer_memorylayer_search_ac35cb7e,node_agent_mmd_llm_model_layer_llmlayer_search_test_s_72d50705,node_agent_mmd_memory_vector_layer_memorylayer_search_ebbe6c53,node_agent_mmd_orchestration_layer_orchestration_revi_ae9f100c,node_agent_mmd_tool_layer_toollayer_review_gate_test__548e6c28,node_agent_mmd_memory_vector_layer_memorylayer_review_e0e0b257,node_agent_mmd_tool_layer_toollayer_review_gate_core__7704598b,node_agent_mmd_memory_vector_layer_memorylayer_review_5bee9816,review_context_ca6cf81d,node_agent_mmd_orchestration_layer_orchestration_revi_84f25e5b,node_agent_mmd_memory_vector_layer_memorylayer_review_3255d3cf,node_agent_mmd_orchestration_layer_orchestration_refr_10a87984,node_agent_mmd_memory_vector_layer_memorylayer_refres_b1a0f415,pattern_scope_siblings_43abe000,memory_gate_a577a506,local_memory_preflight_dcc36c42,local_memory_preflight_test_5e323bbf,node_agent_mmd_orchestration_layer_orchestration_init_daf6ae1b,node_agent_mmd_tool_layer_toollayer_init_test_init_te_ae014ee3,node_agent_mmd_memory_vector_layer_memorylayer_init_t_bac0fb9d,node_agent_mmd_llm_model_layer_llmlayer_index_context_1041bd11,node_agent_mmd_memory_vector_layer_memorylayer_index__6f3402d0,node_agent_mmd_llm_model_layer_llmlayer_index_context_7e927b45,node_agent_mmd_memory_vector_layer_memorylayer_index__46fc46d7,node_agent_mmd_orchestration_layer_orchestration_docs_22c7ae60,node_agent_mmd_tool_layer_toollayer_docs_gate_test_do_ca0c4c21,node_agent_mmd_memory_vector_layer_memorylayer_docs_g_2ab7a620,docs_gate_core_eb9b6c18,node_agent_mmd_llm_model_layer_llmlayer_context_conte_ad2dfbd9,node_agent_mmd_memory_vector_layer_memorylayer_contex_78ceaaa9,node_agent_mmd_llm_model_layer_llmlayer_context_test__32277db3,node_agent_mmd_memory_vector_layer_memorylayer_contex_4e7cab00,context_integrity_acceptance_test_59f961b1,context_health_80bb7da9,context_health_test_3b5b87f3,node_agent_mmd_orchestration_layer_orchestration_ci_m_a6704d8b,node_agent_mmd_memory_vector_layer_memorylayer_ci_mig_df76706f,node_agent_mmd_tool_layer_toollayer_ci_migrate_core_c_049f8460,node_agent_mmd_memory_vector_layer_memorylayer_ci_mig_0cd5b1a4,check_diagram_freshness_test_c1dc40aa,branch_protect_core_a8feb0fd,node_agent_mmd_orchestration_layer_orchestration_brai_9c019b6e,node_agent_mmd_memory_vector_layer_memorylayer_brain__80b5ea48,node_agent_mmd_orchestration_layer_orchestration_agen_eb715f44,node_agent_mmd_memory_vector_layer_memorylayer_agent__6f084ab8,overload_guard_2748c559,overload_guard_test_6ece9f86,types_2_d9bc6e7a,node_agent_mmd_orchestration_layer_orchestration_sugg_85c5ebe3,node_agent_mmd_memory_vector_layer_memorylayer_sugges_267f408d,node_agent_mmd_orchestration_layer_orchestration_sugg_d0ad9d8e,node_agent_mmd_memory_vector_layer_memorylayer_sugges_b043d150,performance_overload_c685bfcf,local_memory_0db17ecc,local_memory_smoke_1175abfc,types_7_2f1ed65e,claim_helpers_20dc8387,node_agent_mmd_orchestration_layer_orchestration_clas_899b821a,node_agent_mmd_memory_vector_layer_memorylayer_classi_1ebbf5ff,node_agent_mmd_orchestration_layer_orchestration_clas_402e0b3f,node_agent_mmd_memory_vector_layer_memorylayer_classi_58e617e7,node_agent_mmd_orchestration_layer_orchestration_tool_cc43149f,node_agent_mmd_tool_layer_toollayer_tooling_baseline__61e66e9f,node_agent_mmd_memory_vector_layer_memorylayer_toolin_14f86b00,node_agent_mmd_tool_layer_toollayer_validator_validat_96a84a52,node_agent_mmd_memory_vector_layer_memorylayer_valida_1b167f63,validator_test_1_c5015ca0,types_12_2b09659a,node_agent_mmd_tool_layer_toollayer_metrics_tracker_m_4c9237d8,node_agent_mmd_memory_vector_layer_memorylayer_metric_12562178,node_agent_mmd_tool_layer_toollayer_metrics_tracker_t_8947b778,node_agent_mmd_memory_vector_layer_memorylayer_metric_74129788,branch_enforcer_acb749cd,review_context_1_e3afed15,index_2_10143590,eval_seed_5699fd3e,workflow_contract_scripts_test_681e2e3c,scaffold_workflow_template_92310587,node_agent_mmd_orchestration_layer_orchestration_scaf_ff8f92f6,node_agent_mmd_memory_vector_layer_memorylayer_scaffo_a86eece1,scaffold_surfaces_12d6494e,scaffold_shell_templates_0ad0f915,scaffold_script_template_registry_69312d4e,scaffold_script_template_registry_test_6a8ebefe,scaffold_root_command_templates_404fed7f,scaffold_root_command_templates_test_14596939,node_agent_mmd_orchestration_layer_orchestration_scaf_c9a90c2f,node_agent_mmd_tool_layer_toollayer_scaffold_environm_c1afc013,node_agent_mmd_memory_vector_layer_memorylayer_scaffo_12b42341,node_agent_mmd_orchestration_layer_orchestration_scaf_12cc07db,node_agent_mmd_memory_vector_layer_memorylayer_scaffo_5fd73b94,scaffold_diagram_templates_dd88e83c,scaffold_diagram_templates_test_f3774c28,node_agent_mmd_orchestration_layer_orchestration_proj_6ab6f60f,node_agent_mmd_memory_vector_layer_memorylayer_projec_3ae304d9,node_agent_mmd_orchestration_layer_orchestration_proj_d78b2f4f,node_agent_mmd_memory_vector_layer_memorylayer_projec_6048335b,node_agent_mmd_orchestration_layer_orchestration_init_2a9c3ecb,node_agent_mmd_memory_vector_layer_memorylayer_init_m_333d02c5,codex_preflight_symlink_test_037558db,node_agent_mmd_orchestration_layer_orchestration_vali_a3b17e45,node_agent_mmd_memory_vector_layer_memorylayer_valida_caacfcdf,node_agent_mmd_orchestration_layer_orchestration_vali_d9fe99e6,node_agent_mmd_tool_layer_toollayer_validator_core_va_6ef6131f,node_agent_mmd_memory_vector_layer_memorylayer_valida_41034356,node_agent_mmd_orchestration_layer_orchestration_type_7cf81261,node_agent_mmd_tool_layer_toollayer_types_core_types__6c8319b6,node_agent_mmd_memory_vector_layer_memorylayer_types__83f369fa,node_agent_mmd_orchestration_layer_orchestration_poli_3270b55d,node_agent_mmd_tool_layer_toollayer_policy_validators_af136abf,node_agent_mmd_memory_vector_layer_memorylayer_policy_1944de42,loader_test_03424671,json_schema_core_96d7e328,index_5_522f772a,harness_run_context_ac7c77a9,harness_run_context_test_c6937fed,harness_decision_test_7e5a4fe5,branch_protect_sync_570adb18,types_20_071a0112,node_agent_mmd_llm_model_layer_llmlayer_sync_contract_9f3cc8c1,node_agent_mmd_memory_vector_layer_memorylayer_sync_c_e43418bc,sync_contract_test_5dc3165c,store_824d80d7,sources_1_e133d97d,rollout_a4fa034c,node_agent_mmd_llm_model_layer_llmlayer_ollama_ollama_968b23fa,node_agent_mmd_memory_vector_layer_memorylayer_ollama_6d51be16,node_agent_mmd_llm_model_layer_llmlayer_ollama_test_o_d62a0b5a,node_agent_mmd_memory_vector_layer_memorylayer_ollama_d800c0c4,lexical_fallback_723e2b3e,init_error_5c7dd49f,node_agent_mmd_llm_model_layer_llmlayer_indexer_index_4f4deef5,node_agent_mmd_memory_vector_layer_memorylayer_indexe_93e6d86f,indexer_test_d492f0aa,node_agent_mmd_llm_model_layer_llmlayer_index_index_1_02e160ff,node_agent_mmd_memory_vector_layer_memorylayer_index__752bc61e,context_compact_policy_3dcaf95d,context_compact_policy_test_da148267,node_agent_mmd_llm_model_layer_llmlayer_constants_con_c9bd3f6c,node_agent_mmd_memory_vector_layer_memorylayer_consta_702d3f46,constants_test_5492ae98,node_agent_mmd_orchestration_layer_orchestration_modu_72373e29,node_agent_mmd_tool_layer_toollayer_module_boundaries_fecf90b5,node_agent_mmd_memory_vector_layer_memorylayer_module_9bfd18b1,node_agent_mmd_tool_layer_toollayer_command_registry__cce57abe,node_agent_mmd_memory_vector_layer_memorylayer_comman_362247bb,review_gate_command_spec_3187376a,memory_gate_command_spec_dc9001a9,local_memory_preflight_command_spec_9e23f3ce,node_agent_mmd_orchestration_layer_orchestration_comm_a137ef0a,node_agent_mmd_memory_vector_layer_memorylayer_comman_d36d1650,node_agent_mmd_orchestration_layer_orchestration_comm_1f8cc24c,node_agent_mmd_llm_model_layer_llmlayer_command_specs_782af9fa,node_agent_mmd_memory_vector_layer_memorylayer_comman_111eb454,node_agent_mmd_tool_layer_toollayer_command_capabilit_e97a4615,node_agent_mmd_memory_vector_layer_memorylayer_comman_c72a5d05 memNode
+   class node_agent_mmd_llm_model_layer_llmlayer_cli_dispatch__7ecbc6e7,node_agent_mmd_memory_vector_layer_memorylayer_cli_di_c121353b,run_local_memory_preflight_36e92808,run_local_memory_preflight_test_1d7c5aa0,pr_template_validator_test_569b1cef,node_agent_mmd_orchestration_layer_orchestration_tool_5f9f8adf,node_agent_mmd_memory_vector_layer_memorylayer_toolin_48be0fc9,node_agent_mmd_orchestration_layer_orchestration_tool_acfe0c01,node_agent_mmd_memory_vector_layer_memorylayer_toolin_a1185b8f,node_agent_mmd_llm_model_layer_llmlayer_search_search_66b9a911,node_agent_mmd_memory_vector_layer_memorylayer_search_ac35cb7e,node_agent_mmd_llm_model_layer_llmlayer_search_test_s_72d50705,node_agent_mmd_memory_vector_layer_memorylayer_search_ebbe6c53,node_agent_mmd_orchestration_layer_orchestration_revi_ae9f100c,node_agent_mmd_tool_layer_toollayer_review_gate_test__548e6c28,node_agent_mmd_memory_vector_layer_memorylayer_review_e0e0b257,node_agent_mmd_tool_layer_toollayer_review_gate_core__7704598b,node_agent_mmd_memory_vector_layer_memorylayer_review_5bee9816,review_context_ca6cf81d,node_agent_mmd_orchestration_layer_orchestration_revi_84f25e5b,node_agent_mmd_memory_vector_layer_memorylayer_review_3255d3cf,node_agent_mmd_orchestration_layer_orchestration_refr_10a87984,node_agent_mmd_memory_vector_layer_memorylayer_refres_b1a0f415,pattern_scope_siblings_43abe000,memory_gate_a577a506,local_memory_preflight_dcc36c42,local_memory_preflight_test_5e323bbf,node_agent_mmd_orchestration_layer_orchestration_init_daf6ae1b,node_agent_mmd_tool_layer_toollayer_init_test_init_te_ae014ee3,node_agent_mmd_memory_vector_layer_memorylayer_init_t_bac0fb9d,node_agent_mmd_llm_model_layer_llmlayer_index_context_1041bd11,node_agent_mmd_memory_vector_layer_memorylayer_index__6f3402d0,node_agent_mmd_llm_model_layer_llmlayer_index_context_7e927b45,node_agent_mmd_memory_vector_layer_memorylayer_index__46fc46d7,node_agent_mmd_orchestration_layer_orchestration_docs_22c7ae60,node_agent_mmd_tool_layer_toollayer_docs_gate_test_do_ca0c4c21,node_agent_mmd_memory_vector_layer_memorylayer_docs_g_2ab7a620,docs_gate_core_eb9b6c18,node_agent_mmd_llm_model_layer_llmlayer_context_conte_ad2dfbd9,node_agent_mmd_memory_vector_layer_memorylayer_contex_78ceaaa9,node_agent_mmd_llm_model_layer_llmlayer_context_test__32277db3,node_agent_mmd_memory_vector_layer_memorylayer_contex_4e7cab00,context_integrity_acceptance_test_59f961b1,context_health_80bb7da9,context_health_test_3b5b87f3,node_agent_mmd_orchestration_layer_orchestration_ci_m_a6704d8b,node_agent_mmd_memory_vector_layer_memorylayer_ci_mig_df76706f,node_agent_mmd_tool_layer_toollayer_ci_migrate_core_c_049f8460,node_agent_mmd_memory_vector_layer_memorylayer_ci_mig_0cd5b1a4,check_diagram_freshness_test_c1dc40aa,branch_protect_core_a8feb0fd,node_agent_mmd_orchestration_layer_orchestration_brai_9c019b6e,node_agent_mmd_memory_vector_layer_memorylayer_brain__80b5ea48,node_agent_mmd_orchestration_layer_orchestration_agen_eb715f44,node_agent_mmd_memory_vector_layer_memorylayer_agent__6f084ab8,overload_guard_2748c559,overload_guard_test_6ece9f86,types_4_822d0f88,node_agent_mmd_orchestration_layer_orchestration_sugg_85c5ebe3,node_agent_mmd_memory_vector_layer_memorylayer_sugges_267f408d,node_agent_mmd_orchestration_layer_orchestration_sugg_d0ad9d8e,node_agent_mmd_memory_vector_layer_memorylayer_sugges_b043d150,performance_overload_c685bfcf,local_memory_0db17ecc,local_memory_smoke_1175abfc,types_8_f6283648,claim_helpers_20dc8387,node_agent_mmd_orchestration_layer_orchestration_tool_cc43149f,node_agent_mmd_tool_layer_toollayer_tooling_baseline__61e66e9f,node_agent_mmd_memory_vector_layer_memorylayer_toolin_14f86b00,node_agent_mmd_orchestration_layer_orchestration_clas_899b821a,node_agent_mmd_memory_vector_layer_memorylayer_classi_1ebbf5ff,node_agent_mmd_orchestration_layer_orchestration_clas_402e0b3f,node_agent_mmd_memory_vector_layer_memorylayer_classi_58e617e7,node_agent_mmd_tool_layer_toollayer_validator_validat_96a84a52,node_agent_mmd_memory_vector_layer_memorylayer_valida_1b167f63,validator_test_1_c5015ca0,types_12_2b09659a,node_agent_mmd_tool_layer_toollayer_metrics_tracker_m_4c9237d8,node_agent_mmd_memory_vector_layer_memorylayer_metric_12562178,node_agent_mmd_tool_layer_toollayer_metrics_tracker_t_8947b778,node_agent_mmd_memory_vector_layer_memorylayer_metric_74129788,branch_enforcer_acb749cd,review_context_1_e3afed15,index_2_10143590,eval_seed_5699fd3e,workflow_contract_scripts_test_681e2e3c,scaffold_workflow_template_92310587,node_agent_mmd_orchestration_layer_orchestration_scaf_ff8f92f6,node_agent_mmd_memory_vector_layer_memorylayer_scaffo_a86eece1,scaffold_surfaces_12d6494e,scaffold_shell_templates_0ad0f915,scaffold_script_template_registry_69312d4e,scaffold_script_template_registry_test_6a8ebefe,scaffold_root_command_templates_404fed7f,scaffold_root_command_templates_test_14596939,node_agent_mmd_orchestration_layer_orchestration_scaf_c9a90c2f,node_agent_mmd_tool_layer_toollayer_scaffold_environm_c1afc013,node_agent_mmd_memory_vector_layer_memorylayer_scaffo_12b42341,node_agent_mmd_orchestration_layer_orchestration_scaf_12cc07db,node_agent_mmd_memory_vector_layer_memorylayer_scaffo_5fd73b94,scaffold_diagram_templates_dd88e83c,scaffold_diagram_templates_test_f3774c28,node_agent_mmd_orchestration_layer_orchestration_proj_6ab6f60f,node_agent_mmd_memory_vector_layer_memorylayer_projec_3ae304d9,node_agent_mmd_orchestration_layer_orchestration_proj_d78b2f4f,node_agent_mmd_memory_vector_layer_memorylayer_projec_6048335b,node_agent_mmd_orchestration_layer_orchestration_init_2a9c3ecb,node_agent_mmd_memory_vector_layer_memorylayer_init_m_333d02c5,codex_preflight_symlink_test_037558db,harness_decision_test_7e5a4fe5,types_18_37582e2a,node_agent_mmd_llm_model_layer_llmlayer_sync_contract_9f3cc8c1,node_agent_mmd_memory_vector_layer_memorylayer_sync_c_e43418bc,sync_contract_test_5dc3165c,store_824d80d7,sources_1_e133d97d,rollout_a4fa034c,node_agent_mmd_llm_model_layer_llmlayer_ollama_ollama_968b23fa,node_agent_mmd_memory_vector_layer_memorylayer_ollama_6d51be16,node_agent_mmd_llm_model_layer_llmlayer_ollama_test_o_d62a0b5a,node_agent_mmd_memory_vector_layer_memorylayer_ollama_d800c0c4,lexical_fallback_723e2b3e,init_error_5c7dd49f,node_agent_mmd_llm_model_layer_llmlayer_indexer_index_4f4deef5,node_agent_mmd_memory_vector_layer_memorylayer_indexe_93e6d86f,indexer_test_d492f0aa,node_agent_mmd_llm_model_layer_llmlayer_index_index_1_02e160ff,node_agent_mmd_memory_vector_layer_memorylayer_index__752bc61e,context_compact_policy_3dcaf95d,context_compact_policy_test_da148267,node_agent_mmd_llm_model_layer_llmlayer_constants_con_c9bd3f6c,node_agent_mmd_memory_vector_layer_memorylayer_consta_702d3f46,constants_test_5492ae98,node_agent_mmd_tool_layer_toollayer_command_registry__cce57abe,node_agent_mmd_memory_vector_layer_memorylayer_comman_362247bb,node_agent_mmd_orchestration_layer_orchestration_vali_a3b17e45,node_agent_mmd_memory_vector_layer_memorylayer_valida_caacfcdf,node_agent_mmd_orchestration_layer_orchestration_vali_d9fe99e6,node_agent_mmd_tool_layer_toollayer_validator_core_va_6ef6131f,node_agent_mmd_memory_vector_layer_memorylayer_valida_41034356,node_agent_mmd_orchestration_layer_orchestration_type_7cf81261,node_agent_mmd_tool_layer_toollayer_types_core_types__6c8319b6,node_agent_mmd_memory_vector_layer_memorylayer_types__83f369fa,node_agent_mmd_orchestration_layer_orchestration_poli_3270b55d,node_agent_mmd_tool_layer_toollayer_policy_validators_af136abf,node_agent_mmd_memory_vector_layer_memorylayer_policy_1944de42,loader_test_03424671,json_schema_core_96d7e328,index_6_fc9e91e2,harness_run_context_ac7c77a9,harness_run_context_test_c6937fed,branch_protect_sync_570adb18,node_agent_mmd_orchestration_layer_orchestration_modu_72373e29,node_agent_mmd_tool_layer_toollayer_module_boundaries_fecf90b5,node_agent_mmd_memory_vector_layer_memorylayer_module_9bfd18b1,review_gate_command_spec_3187376a,memory_gate_command_spec_dc9001a9,local_memory_preflight_command_spec_9e23f3ce,node_agent_mmd_orchestration_layer_orchestration_comm_a137ef0a,node_agent_mmd_memory_vector_layer_memorylayer_comman_d36d1650,node_agent_mmd_orchestration_layer_orchestration_comm_1f8cc24c,node_agent_mmd_llm_model_layer_llmlayer_command_specs_782af9fa,node_agent_mmd_memory_vector_layer_memorylayer_comman_111eb454,node_agent_mmd_tool_layer_toollayer_command_capabilit_e97a4615,node_agent_mmd_memory_vector_layer_memorylayer_comman_c72a5d05 memNode
